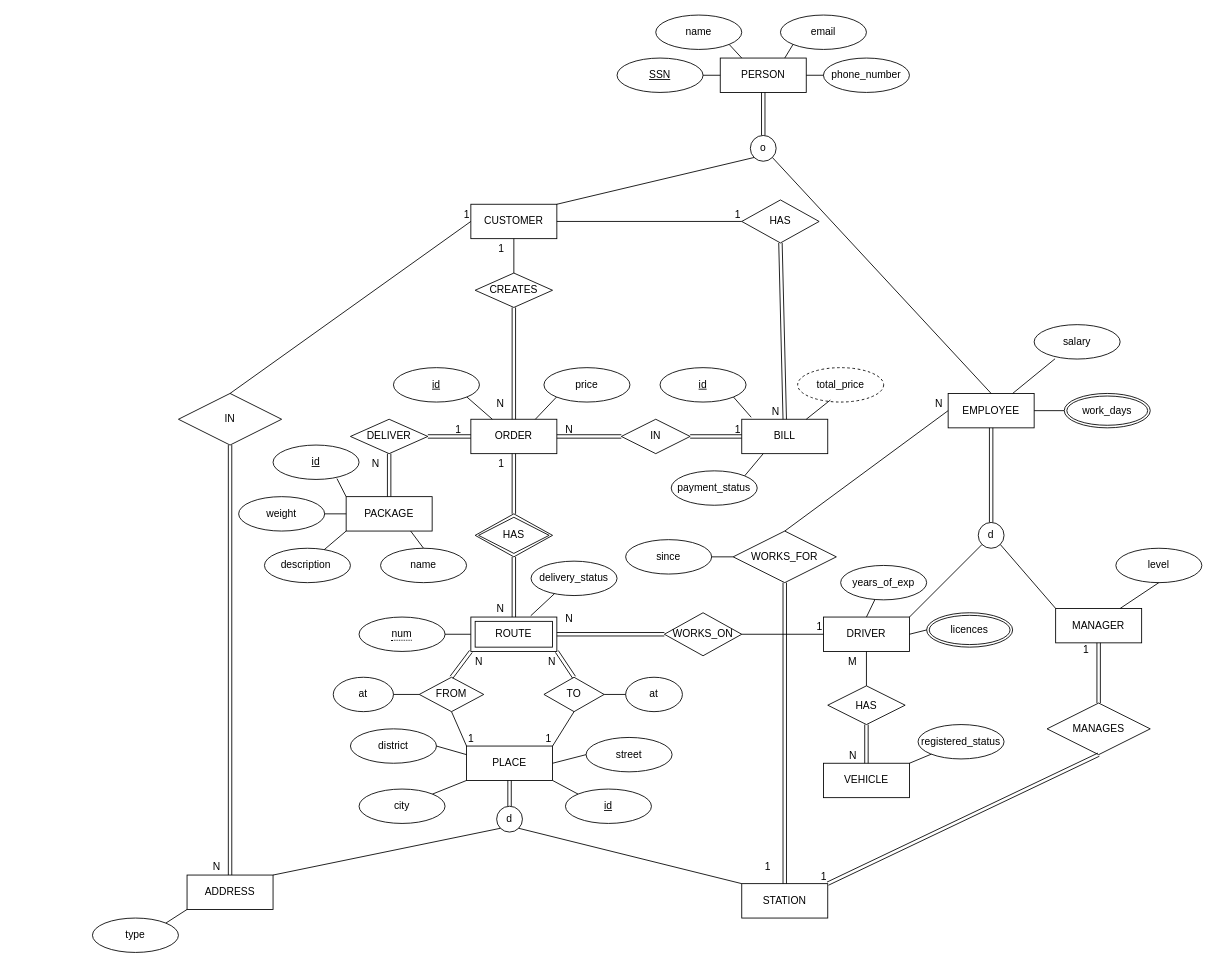
Before: db-assignment.drawio in blueonline07/auth-demo, a draw.io diagram. Source tidied: cells renumbered, new cells numbered last; positions are measured from the earlier drawing's top-left corner, leaving out a move shared by most shapes. Both pictures are drawn from the tidied source at 86%, with x=0, y=0 at pixel (92, 15).
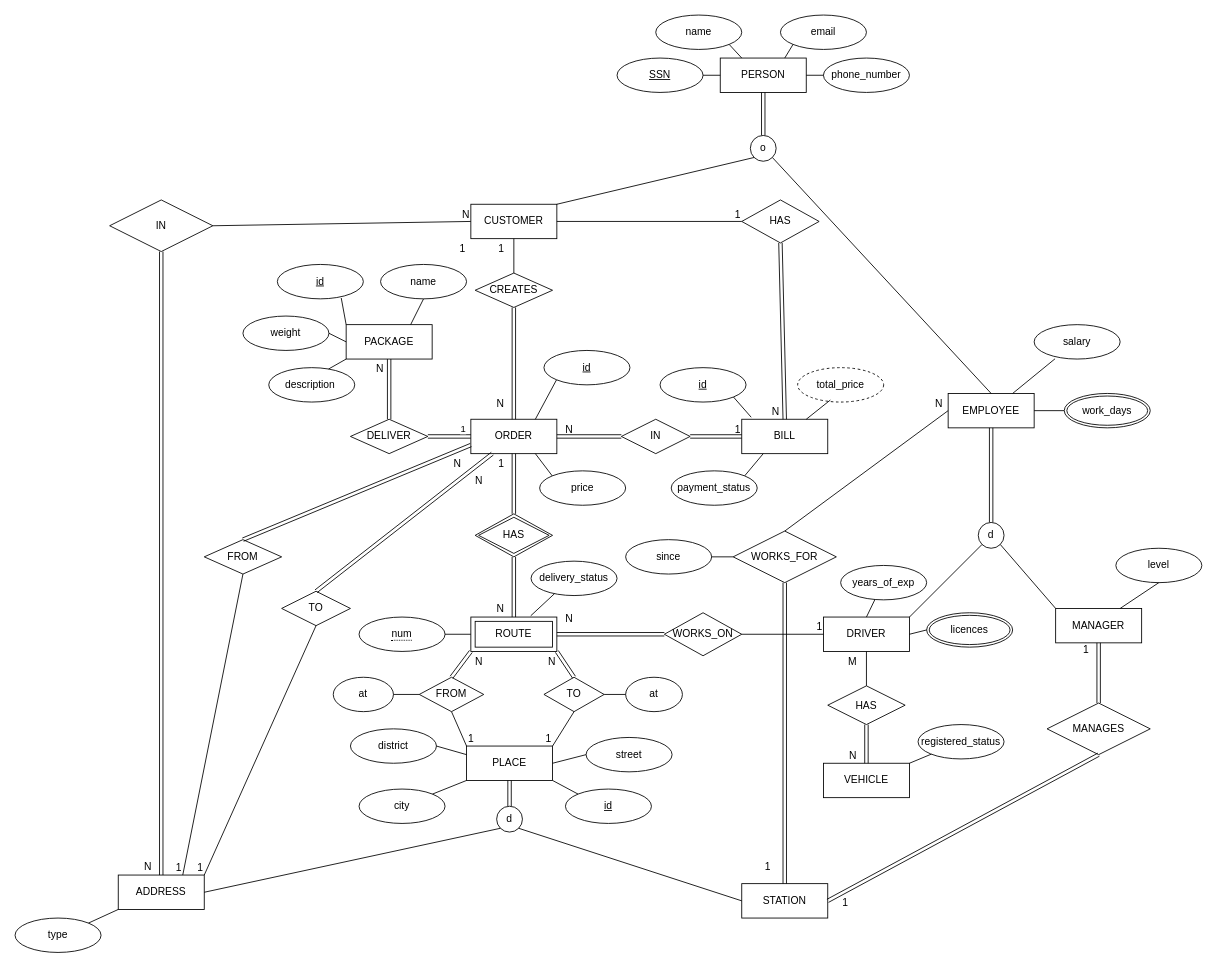
The same diagram, later.

The change refers to these unchanged cells:
```xml
<mxCell id="3" value="CUSTOMER" style="whiteSpace=wrap;html=1;align=center;" parent="1" vertex="1">
  <mxGeometry x="440" y="220" width="100" height="40" as="geometry" />
</mxCell>
<mxCell id="7" value="ORDER" style="whiteSpace=wrap;html=1;align=center;" parent="1" vertex="1">
  <mxGeometry x="440" y="470" width="100" height="40" as="geometry" />
</mxCell>
<mxCell id="12" value="STATION" style="whiteSpace=wrap;html=1;align=center;" parent="1" vertex="1">
  <mxGeometry x="755" y="1010" width="100" height="40" as="geometry" />
</mxCell>
<mxCell id="41" value="MANAGES" style="shape=rhombus;perimeter=rhombusPerimeter;whiteSpace=wrap;html=1;align=center;" parent="1" vertex="1">
  <mxGeometry x="1110" y="800" width="120" height="60" as="geometry" />
</mxCell>
<mxCell id="69" value="DELIVER" style="shape=rhombus;perimeter=rhombusPerimeter;whiteSpace=wrap;html=1;align=center;" parent="1" vertex="1">
  <mxGeometry x="300" y="470" width="90" height="40" as="geometry" />
</mxCell>
<mxCell id="72" style="shape=link;html=1;rounded=0;entryX=0;entryY=0.5;entryDx=0;entryDy=0;exitX=1;exitY=0.5;exitDx=0;exitDy=0;" parent="1" edge="1" source="69" target="7">
  <mxGeometry relative="1" as="geometry" />
</mxCell>
<mxCell id="83" value="d" style="ellipse;whiteSpace=wrap;html=1;" parent="1" vertex="1">
  <mxGeometry x="470" y="920" width="30" height="30" as="geometry" />
</mxCell>
```

Change to the diagram source:
```diff
@@
     <mxCell id="9" value="PACKAGE" style="whiteSpace=wrap;html=1;align=center;" parent="1" vertex="1">
-      <mxGeometry x="295" y="560" width="100" height="40" as="geometry" />
+      <mxGeometry x="295" y="360" width="100" height="40" as="geometry" />
     </mxCell>
@@
     <mxCell id="11" value="ADDRESS" style="whiteSpace=wrap;html=1;align=center;" parent="1" vertex="1">
-      <mxGeometry x="110" y="1000" width="100" height="40" as="geometry" />
+      <mxGeometry x="30" y="1000" width="100" height="40" as="geometry" />
     </mxCell>
@@
     <mxCell id="35" value="IN" style="shape=rhombus;perimeter=rhombusPerimeter;whiteSpace=wrap;html=1;align=center;" parent="1" vertex="1">
-      <mxGeometry x="100" y="440" width="120" height="60" as="geometry" />
+      <mxGeometry x="20" y="215" width="120" height="60" as="geometry" />
     </mxCell>
@@
-    <mxCell id="42" style="shape=link;html=1;rounded=0;entryX=1;entryY=0;entryDx=0;entryDy=0;exitX=0.5;exitY=1;exitDx=0;exitDy=0;" parent="1" edge="1" source="41" target="12">
+    <mxCell id="42" style="shape=link;html=1;rounded=0;entryX=1;entryY=0.5;entryDx=0;entryDy=0;exitX=0.5;exitY=1;exitDx=0;exitDy=0;" parent="1" edge="1" source="41" target="12">
       <mxGeometry relative="1" as="geometry" />
     </mxCell>
     <mxCell id="43" value="1" style="html=1;whiteSpace=wrap;align=right;verticalAlign=bottom;" parent="42" vertex="1">
-      <mxGeometry x="1" relative="1" as="geometry" />
+      <mxGeometry x="1" relative="1" as="geometry">
+        <mxPoint x="25" y="10" as="offset" />
+      </mxGeometry>
     </mxCell>
@@
-    <mxCell id="70" style="shape=link;html=1;rounded=0;entryX=0.5;entryY=1;entryDx=0;entryDy=0;exitX=0.5;exitY=0;exitDx=0;exitDy=0;" parent="1" edge="1" source="9" target="69">
+    <mxCell id="70" style="shape=link;html=1;rounded=0;entryX=0.5;entryY=0;entryDx=0;entryDy=0;exitX=0.5;exitY=1;exitDx=0;exitDy=0;" parent="1" edge="1" source="9" target="69">
       <mxGeometry relative="1" as="geometry" />
     </mxCell>
     <mxCell id="71" value="N" style="html=1;whiteSpace=wrap;align=right;verticalAlign=bottom;" parent="70" vertex="1">
       <mxGeometry x="1" relative="1" as="geometry">
-        <mxPoint x="-10" y="20" as="offset" />
+        <mxPoint x="-5" y="-50" as="offset" />
       </mxGeometry>
     </mxCell>
@@
     <mxCell id="73" value="1" style="html=1;whiteSpace=wrap;align=right;verticalAlign=bottom;" parent="72" vertex="1">
       <mxGeometry x="1" relative="1" as="geometry">
-        <mxPoint x="-10" as="offset" />
+        <mxPoint x="-5" y="-210" as="offset" />
       </mxGeometry>
     </mxCell>
+    <mxCell id="146" value="1" style="edgeLabel;html=1;align=center;verticalAlign=middle;" parent="72" vertex="1">
+      <mxGeometry x="-0.05" y="10" relative="1" as="geometry">
+        <mxPoint x="16" as="offset" />
+      </mxGeometry>
+    </mxCell>
@@
-    <mxCell id="84" style="endArrow=none;html=1;rounded=0;entryX=0;entryY=1;entryDx=0;entryDy=0;exitX=1;exitY=0;exitDx=0;exitDy=0;" parent="1" edge="1" source="11" target="83">
+    <mxCell id="84" style="endArrow=none;html=1;rounded=0;entryX=0;entryY=1;entryDx=0;entryDy=0;exitX=1;exitY=0.5;exitDx=0;exitDy=0;" parent="1" edge="1" source="11" target="83">
       <mxGeometry relative="1" as="geometry" />
     </mxCell>
-    <mxCell id="85" style="endArrow=none;html=1;rounded=0;entryX=1;entryY=1;entryDx=0;entryDy=0;exitX=0;exitY=0;exitDx=0;exitDy=0;" parent="1" edge="1" source="12" target="83">
+    <mxCell id="85" style="endArrow=none;html=1;rounded=0;entryX=1;entryY=1;entryDx=0;entryDy=0;exitX=0;exitY=0.5;exitDx=0;exitDy=0;" parent="1" edge="1" source="12" target="83">
       <mxGeometry relative="1" as="geometry" />
     </mxCell>
@@
     <mxCell id="102" value="type" style="ellipse;whiteSpace=wrap;html=1;align=center;" parent="1" vertex="1">
-      <mxGeometry y="1050" width="100" height="40" as="geometry" />
+      <mxGeometry x="-90" y="1050" width="100" height="40" as="geometry" />
     </mxCell>
@@
     <mxCell id="114" value="id" style="ellipse;whiteSpace=wrap;html=1;align=center;fontStyle=4;" parent="1" vertex="1">
-      <mxGeometry x="350" y="410" width="100" height="40" as="geometry" />
+      <mxGeometry x="525" y="390" width="100" height="40" as="geometry" />
     </mxCell>
-    <mxCell id="115" style="endArrow=none;html=1;rounded=0;entryX=1;entryY=1;entryDx=0;entryDy=0;exitX=0.25;exitY=0;exitDx=0;exitDy=0;" parent="1" edge="1" source="7" target="114">
+    <mxCell id="115" style="endArrow=none;html=1;rounded=0;entryX=0;entryY=1;entryDx=0;entryDy=0;exitX=0.75;exitY=0;exitDx=0;exitDy=0;" parent="1" edge="1" source="7" target="114">
       <mxGeometry relative="1" as="geometry" />
     </mxCell>
     <mxCell id="116" value="price" style="ellipse;whiteSpace=wrap;html=1;align=center;" parent="1" vertex="1">
-      <mxGeometry x="525" y="410" width="100" height="40" as="geometry" />
+      <mxGeometry x="520" y="530" width="100" height="40" as="geometry" />
     </mxCell>
-    <mxCell id="117" style="endArrow=none;html=1;rounded=0;entryX=0;entryY=1;entryDx=0;entryDy=0;exitX=0.75;exitY=0;exitDx=0;exitDy=0;" parent="1" edge="1" source="7" target="116">
+    <mxCell id="117" style="endArrow=none;html=1;rounded=0;entryX=0;entryY=0;entryDx=0;entryDy=0;exitX=0.75;exitY=1;exitDx=0;exitDy=0;" parent="1" edge="1" source="7" target="116">
       <mxGeometry relative="1" as="geometry" />
     </mxCell>
@@
-    <mxCell id="124" style="endArrow=none;html=1;rounded=0;entryX=0;entryY=0.5;entryDx=0;entryDy=0;exitX=0.5;exitY=0;exitDx=0;exitDy=0;" parent="1" edge="1" source="35" target="3">
+    <mxCell id="124" style="endArrow=none;html=1;rounded=0;entryX=0;entryY=0.5;entryDx=0;entryDy=0;exitX=1;exitY=0.5;exitDx=0;exitDy=0;" parent="1" edge="1" source="35" target="3">
       <mxGeometry relative="1" as="geometry" />
     </mxCell>
-    <mxCell id="125" value="1" style="html=1;whiteSpace=wrap;align=right;verticalAlign=bottom;" parent="124" vertex="1">
+    <mxCell id="125" value="N" style="html=1;whiteSpace=wrap;align=right;verticalAlign=bottom;" parent="124" vertex="1">
       <mxGeometry x="1" relative="1" as="geometry" />
     </mxCell>
@@
     <mxCell id="130" value="weight" style="ellipse;whiteSpace=wrap;html=1;align=center;" parent="1" vertex="1">
-      <mxGeometry x="170" y="560" width="100" height="40" as="geometry" />
+      <mxGeometry x="175" y="350" width="100" height="40" as="geometry" />
     </mxCell>
@@
     <mxCell id="132" value="id" style="ellipse;whiteSpace=wrap;html=1;align=center;fontStyle=4;" parent="1" vertex="1">
-      <mxGeometry x="210" y="500" width="100" height="40" as="geometry" />
+      <mxGeometry x="215" y="290" width="100" height="40" as="geometry" />
     </mxCell>
@@
     <mxCell id="134" value="name" style="ellipse;whiteSpace=wrap;html=1;align=center;" parent="1" vertex="1">
-      <mxGeometry x="335" y="620" width="100" height="40" as="geometry" />
+      <mxGeometry x="335" y="290" width="100" height="40" as="geometry" />
     </mxCell>
-    <mxCell id="135" style="endArrow=none;html=1;rounded=0;entryX=0.75;entryY=1;entryDx=0;entryDy=0;exitX=0.5;exitY=0;exitDx=0;exitDy=0;" parent="1" edge="1" source="134" target="9">
+    <mxCell id="135" style="endArrow=none;html=1;rounded=0;entryX=0.75;entryY=0;entryDx=0;entryDy=0;exitX=0.5;exitY=1;exitDx=0;exitDy=0;" parent="1" edge="1" source="134" target="9">
       <mxGeometry relative="1" as="geometry" />
     </mxCell>
     <mxCell id="136" value="description&amp;nbsp;" style="ellipse;whiteSpace=wrap;html=1;align=center;" parent="1" vertex="1">
-      <mxGeometry x="200" y="620" width="100" height="40" as="geometry" />
+      <mxGeometry x="205" y="410" width="100" height="40" as="geometry" />
     </mxCell>
@@
+    <mxCell id="147" value="FROM" style="shape=rhombus;perimeter=rhombusPerimeter;whiteSpace=wrap;html=1;align=center;" parent="1" vertex="1">
+      <mxGeometry x="130" y="610" width="90" height="40" as="geometry" />
+    </mxCell>
+    <mxCell id="148" value="TO" style="shape=rhombus;perimeter=rhombusPerimeter;whiteSpace=wrap;html=1;align=center;" parent="1" vertex="1">
+      <mxGeometry x="220" y="670" width="80" height="40" as="geometry" />
+    </mxCell>
+    <mxCell id="149" style="endArrow=none;html=1;rounded=0;entryX=0.75;entryY=0;entryDx=0;entryDy=0;exitX=0.5;exitY=1;exitDx=0;exitDy=0;" parent="1" edge="1" source="147" target="11">
+      <mxGeometry relative="1" as="geometry" />
+    </mxCell>
+    <mxCell id="150" value="1" style="html=1;whiteSpace=wrap;align=right;verticalAlign=bottom;" parent="149" vertex="1">
+      <mxGeometry x="1" relative="1" as="geometry" />
+    </mxCell>
+    <mxCell id="151" style="endArrow=none;html=1;rounded=0;entryX=1;entryY=0;entryDx=0;entryDy=0;exitX=0.5;exitY=1;exitDx=0;exitDy=0;" parent="1" edge="1" source="148" target="11">
+      <mxGeometry relative="1" as="geometry" />
+    </mxCell>
+    <mxCell id="152" value="1" style="html=1;whiteSpace=wrap;align=right;verticalAlign=bottom;" parent="151" vertex="1">
+      <mxGeometry x="1" relative="1" as="geometry" />
+    </mxCell>
+    <mxCell id="153" style="shape=link;html=1;rounded=0;entryX=0;entryY=0.75;entryDx=0;entryDy=0;exitX=0.5;exitY=0;exitDx=0;exitDy=0;" parent="1" edge="1" source="147" target="7">
+      <mxGeometry relative="1" as="geometry" />
+    </mxCell>
+    <mxCell id="154" value="N" style="html=1;whiteSpace=wrap;align=right;verticalAlign=bottom;" parent="153" vertex="1">
+      <mxGeometry x="1" relative="1" as="geometry">
+        <mxPoint x="-10" y="30" as="offset" />
+      </mxGeometry>
+    </mxCell>
+    <mxCell id="155" style="shape=link;html=1;rounded=0;entryX=0.25;entryY=1;entryDx=0;entryDy=0;exitX=0.5;exitY=0;exitDx=0;exitDy=0;" parent="1" edge="1" source="148" target="7">
+      <mxGeometry relative="1" as="geometry" />
+    </mxCell>
+    <mxCell id="156" value="N" style="html=1;whiteSpace=wrap;align=right;verticalAlign=bottom;" parent="155" vertex="1">
+      <mxGeometry x="1" relative="1" as="geometry">
+        <mxPoint x="-10" y="40" as="offset" />
+      </mxGeometry>
+    </mxCell>
```
